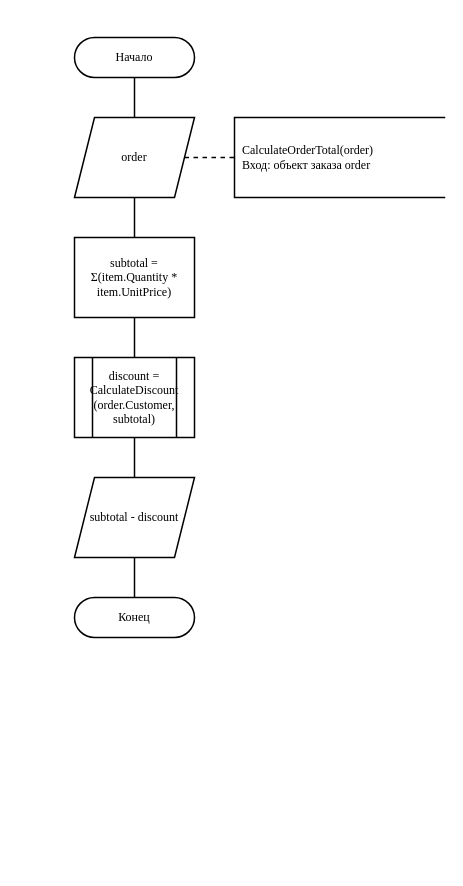
Above: page "1. CalculateOrderTotal" (1 of 2) of Pr6/Task_5_2_Flowchart_GOST.drawio in dierpirlo-ui/PITPM (draw.io), before the change. Source tidied: cells renumbered, new cells numbered last; positions are measured from the earlier drawing's top-left corner, leaving out a move shared by most shapes. Both pictures are drawn from the tidied source at 100%, with x=0, y=0 at pixel (74, 37).
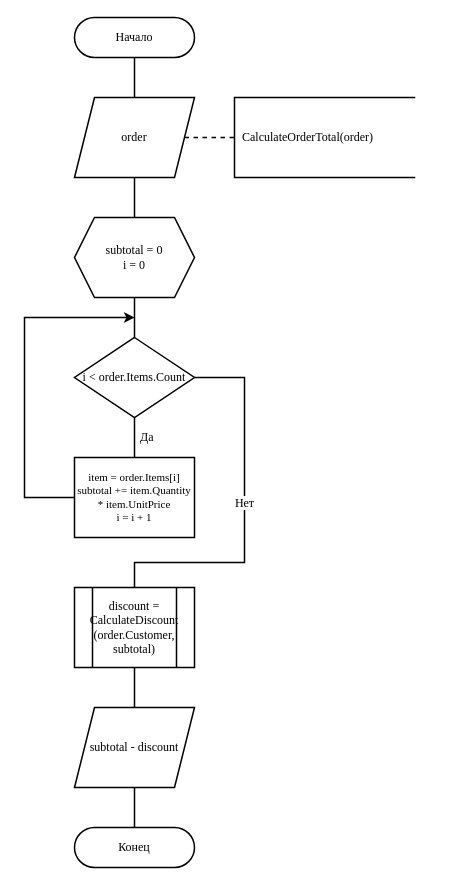
The same page after the edit.

Diff of the diagram source:
```diff
@@
     <mxCell id="2" value="Начало" style="rounded=1;whiteSpace=wrap;html=1;arcSize=50;strokeWidth=1.5;fontFamily=Times New Roman;fontSize=12;fillColor=#ffffff;strokeColor=#000000;" parent="1" vertex="1">
-      <mxGeometry width="120" height="40" as="geometry" />
+      <mxGeometry y="-20" width="120" height="40" as="geometry" />
     </mxCell>
     <mxCell id="3" value="order" style="shape=parallelogram;perimeter=parallelogramPerimeter;whiteSpace=wrap;html=1;fixedSize=1;size=20;strokeWidth=1.5;fontFamily=Times New Roman;fontSize=12;fillColor=#ffffff;strokeColor=#000000;" parent="1" vertex="1">
-      <mxGeometry y="80" width="120" height="80" as="geometry" />
+      <mxGeometry y="60" width="120" height="80" as="geometry" />
     </mxCell>
@@
-    <mxCell id="5" value="CalculateOrderTotal(order)&#10;Вход: объект заказа order" style="shape=partialRectangle;whiteSpace=wrap;html=1;right=0;fillColor=none;strokeWidth=1.5;strokeColor=#000000;align=left;spacingLeft=6;fontFamily=Times New Roman;fontSize=12;" parent="1" vertex="1">
-      <mxGeometry x="160" y="80" width="210" height="80" as="geometry" />
+    <mxCell id="5" value="CalculateOrderTotal(order)" style="shape=partialRectangle;whiteSpace=wrap;html=1;right=0;fillColor=none;strokeWidth=1.5;strokeColor=#000000;align=left;spacingLeft=6;fontFamily=Times New Roman;fontSize=12;" parent="1" vertex="1">
+      <mxGeometry x="160" y="60" width="180" height="80" as="geometry" />
     </mxCell>
-    <mxCell id="6" value="subtotal = Σ(item.Quantity * item.UnitPrice)" style="rounded=0;whiteSpace=wrap;html=1;strokeWidth=1.5;fontFamily=Times New Roman;fontSize=12;fillColor=#ffffff;strokeColor=#000000;" parent="1" vertex="1">
-      <mxGeometry y="200" width="120" height="80" as="geometry" />
-    </mxCell>
+    <mxCell id="15" value="subtotal = 0&#10;i = 0" style="shape=hexagon;perimeter=hexagonPerimeter2;whiteSpace=wrap;html=1;fixedSize=1;size=20;strokeWidth=1.5;fontFamily=Times New Roman;fontSize=12;fillColor=#ffffff;strokeColor=#000000;" parent="1" vertex="1">
+      <mxGeometry y="180" width="120" height="80" as="geometry" />
+    </mxCell>
+    <mxCell id="16" value="i &lt; order.Items.Count" style="rhombus;whiteSpace=wrap;html=1;strokeWidth=1.5;fontFamily=Times New Roman;fontSize=12;fillColor=#ffffff;strokeColor=#000000;" parent="1" vertex="1">
+      <mxGeometry y="300" width="120" height="80" as="geometry" />
+    </mxCell>
+    <mxCell id="17" value="item = order.Items[i]&#10;subtotal += item.Quantity * item.UnitPrice&#10;i = i + 1" style="rounded=0;whiteSpace=wrap;html=1;strokeWidth=1.5;fontFamily=Times New Roman;fontSize=11;fillColor=#ffffff;strokeColor=#000000;" parent="1" vertex="1">
+      <mxGeometry y="420" width="120" height="80" as="geometry" />
+    </mxCell>
     <mxCell id="7" value="discount = CalculateDiscount&#10;(order.Customer, subtotal)" style="shape=process;whiteSpace=wrap;html=1;backgroundOutline=1;size=0.15;strokeWidth=1.5;fontFamily=Times New Roman;fontSize=12;fillColor=#ffffff;strokeColor=#000000;" parent="1" vertex="1">
-      <mxGeometry y="320" width="120" height="80" as="geometry" />
+      <mxGeometry y="550" width="120" height="80" as="geometry" />
     </mxCell>
     <mxCell id="8" value="subtotal - discount" style="shape=parallelogram;perimeter=parallelogramPerimeter;whiteSpace=wrap;html=1;fixedSize=1;size=20;strokeWidth=1.5;fontFamily=Times New Roman;fontSize=12;fillColor=#ffffff;strokeColor=#000000;" parent="1" vertex="1">
-      <mxGeometry y="440" width="120" height="80" as="geometry" />
+      <mxGeometry y="670" width="120" height="80" as="geometry" />
     </mxCell>
     <mxCell id="9" value="Конец" style="rounded=1;whiteSpace=wrap;html=1;arcSize=50;strokeWidth=1.5;fontFamily=Times New Roman;fontSize=12;fillColor=#ffffff;strokeColor=#000000;" parent="1" vertex="1">
-      <mxGeometry y="560" width="120" height="40" as="geometry" />
+      <mxGeometry y="790" width="120" height="40" as="geometry" />
     </mxCell>
@@
-    <mxCell id="11" style="endArrow=none;html=1;strokeWidth=1.5;strokeColor=#000000;exitX=0.5;exitY=1;exitDx=0;exitDy=0;entryX=0.5;entryY=0;entryDx=0;entryDy=0;" parent="1" edge="1" source="3" target="6">
+    <mxCell id="11" style="endArrow=none;html=1;strokeWidth=1.5;strokeColor=#000000;exitX=0.5;exitY=1;exitDx=0;exitDy=0;entryX=0.5;entryY=0;entryDx=0;entryDy=0;" parent="1" edge="1" source="3" target="15">
       <mxGeometry relative="1" as="geometry" />
     </mxCell>
-    <mxCell id="12" style="endArrow=none;html=1;strokeWidth=1.5;strokeColor=#000000;exitX=0.5;exitY=1;exitDx=0;exitDy=0;entryX=0.5;entryY=0;entryDx=0;entryDy=0;" parent="1" edge="1" source="6" target="7">
+    <mxCell id="12" style="endArrow=none;html=1;strokeWidth=1.5;strokeColor=#000000;exitX=0.5;exitY=1;exitDx=0;exitDy=0;entryX=0.5;entryY=0;entryDx=0;entryDy=0;" parent="1" edge="1" source="15" target="16">
       <mxGeometry relative="1" as="geometry" />
     </mxCell>
-    <mxCell id="13" style="endArrow=none;html=1;strokeWidth=1.5;strokeColor=#000000;exitX=0.5;exitY=1;exitDx=0;exitDy=0;entryX=0.5;entryY=0;entryDx=0;entryDy=0;" parent="1" edge="1" source="7" target="8">
+    <mxCell id="13" value="Да" style="endArrow=none;html=1;strokeWidth=1.5;strokeColor=#000000;fontFamily=Times New Roman;fontSize=12;exitX=0.5;exitY=1;exitDx=0;exitDy=0;entryX=0.5;entryY=0;entryDx=0;entryDy=0;align=left;spacingLeft=4;" parent="1" edge="1" source="16" target="17">
       <mxGeometry relative="1" as="geometry" />
     </mxCell>
+    <mxCell id="18" style="edgeStyle=orthogonalEdgeStyle;rounded=0;html=1;endArrow=classic;strokeWidth=1.5;strokeColor=#000000;exitX=0;exitY=0.5;exitDx=0;exitDy=0;" parent="1" edge="1" source="17">
+      <mxGeometry relative="1" as="geometry">
+        <mxPoint x="60" y="280" as="targetPoint" />
+        <Array as="points">
+          <mxPoint x="-50" y="460" />
+          <mxPoint x="-50" y="280" />
+        </Array>
+      </mxGeometry>
+    </mxCell>
+    <mxCell id="19" value="Нет" style="edgeStyle=orthogonalEdgeStyle;rounded=0;html=1;endArrow=none;strokeWidth=1.5;strokeColor=#000000;fontFamily=Times New Roman;fontSize=12;exitX=1;exitY=0.5;exitDx=0;exitDy=0;entryX=0.5;entryY=0;entryDx=0;entryDy=0;verticalAlign=bottom;" parent="1" edge="1" source="16" target="7">
+      <mxGeometry relative="1" as="geometry">
+        <Array as="points">
+          <mxPoint x="170" y="340" />
+          <mxPoint x="170" y="525" />
+          <mxPoint x="60" y="525" />
+        </Array>
+      </mxGeometry>
+    </mxCell>
-    <mxCell id="14" style="endArrow=none;html=1;strokeWidth=1.5;strokeColor=#000000;exitX=0.5;exitY=1;exitDx=0;exitDy=0;entryX=0.5;entryY=0;entryDx=0;entryDy=0;" parent="1" edge="1" source="8" target="9">
+    <mxCell id="14" style="endArrow=none;html=1;strokeWidth=1.5;strokeColor=#000000;exitX=0.5;exitY=1;exitDx=0;exitDy=0;entryX=0.5;entryY=0;entryDx=0;entryDy=0;" parent="1" edge="1" source="7" target="8">
       <mxGeometry relative="1" as="geometry" />
     </mxCell>
+    <mxCell id="20" style="endArrow=none;html=1;strokeWidth=1.5;strokeColor=#000000;exitX=0.5;exitY=1;exitDx=0;exitDy=0;entryX=0.5;entryY=0;entryDx=0;entryDy=0;" parent="1" edge="1" source="8" target="9">
+      <mxGeometry relative="1" as="geometry" />
+    </mxCell>
```
